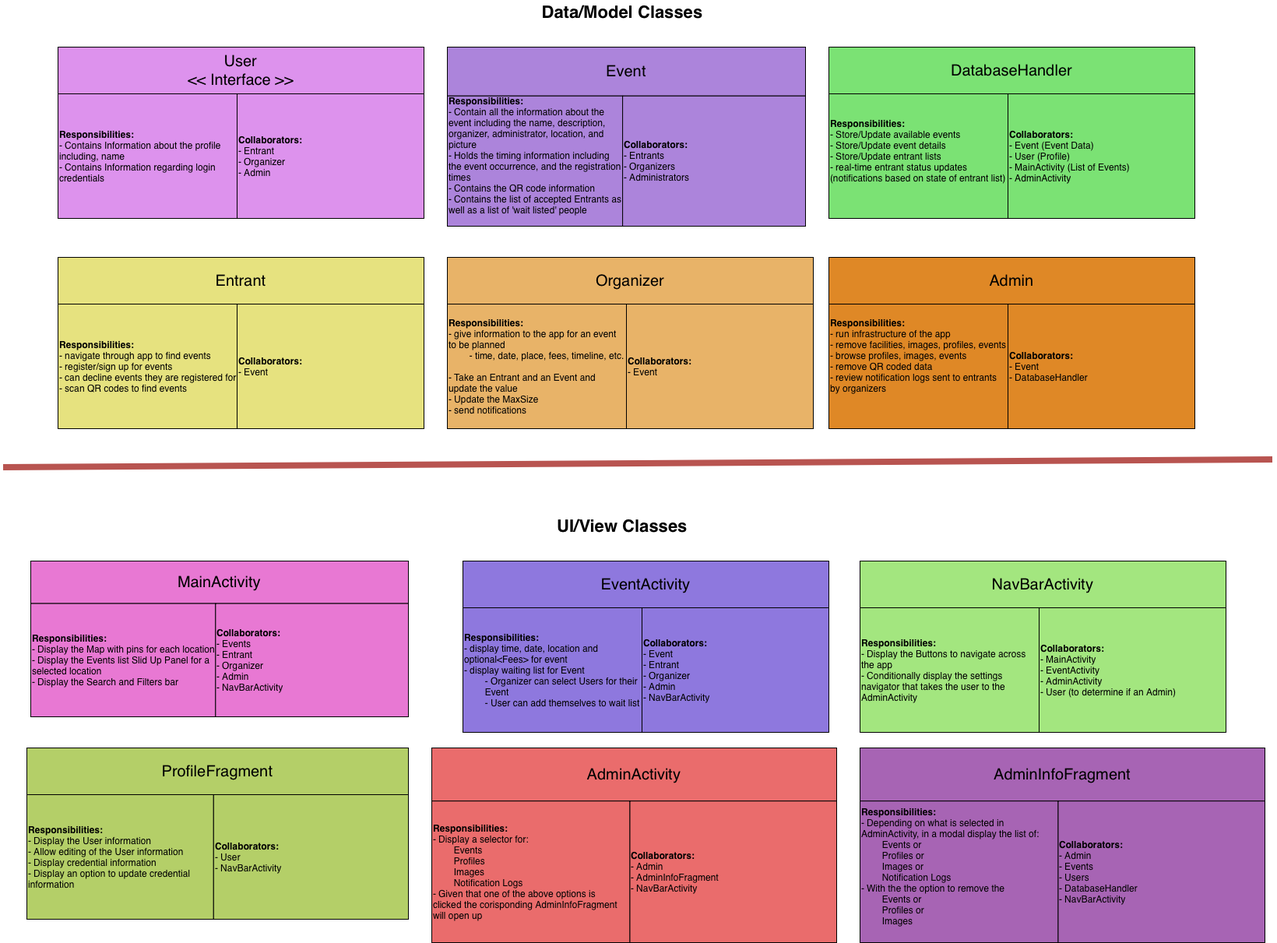
Before: doc/part2_crc_cards.png, a diagram exported from draw.io (CMPUT301W26-thevms/thevms). Source tidied: cells renumbered, new cells last; positions are measured from the earlier drawing's top-left corner, leaving out a move shared by most shapes.
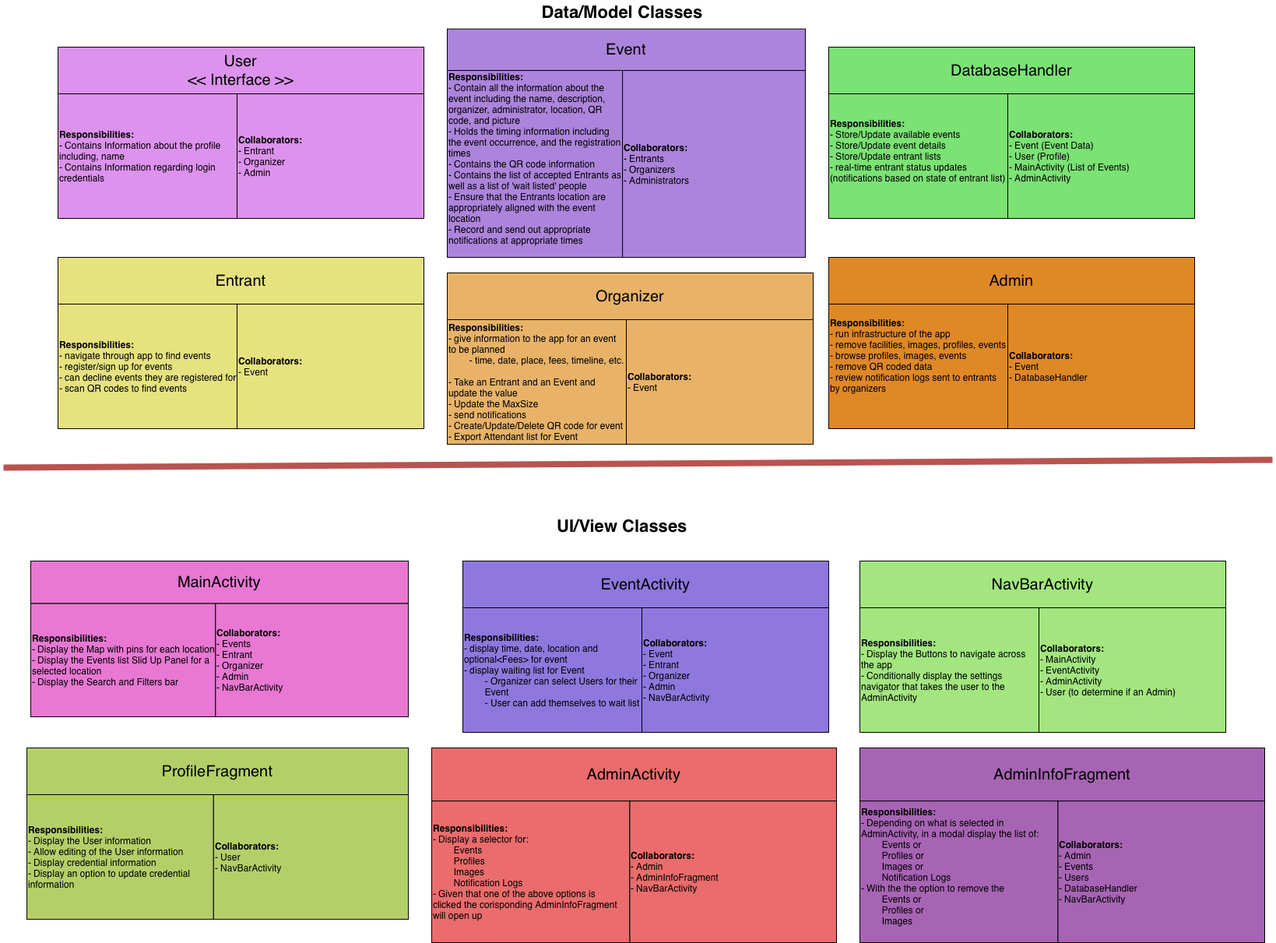
Later version of the same file.

Commit message:
Updated the CRC Cards Properly

Diff of the diagram source:
```diff
@@ -15,28 +15,28 @@
       <mxGeometry x="230" y="60" width="240" height="160" as="geometry" />
     </mxCell>
     <mxCell id="6" style="group;" parent="1" vertex="1">
-      <mxGeometry x="570" y="330" width="470" height="220" as="geometry" />
+      <mxGeometry x="570" y="350" width="470" height="220" as="geometry" />
     </mxCell>
     <mxCell id="7" value="&lt;font style=&quot;font-size: 20px;&quot;&gt;Organizer&lt;/font&gt;" style="rounded=0;whiteSpace=wrap;html=1;fillColor=light-dark(#e8b368, #ededed);" parent="6" vertex="1">
       <mxGeometry width="470" height="60" as="geometry" />
     </mxCell>
-    <mxCell id="8" value="&lt;b&gt;Responsibilities:&lt;/b&gt;&lt;div&gt;- give information to the app for an event to be planned&lt;/div&gt;&lt;div&gt;&lt;span style=&quot;white-space: pre;&quot;&gt;&#9;&lt;/span&gt;- time, date, place, fees, timeline, etc.&lt;br&gt;&lt;/div&gt;&lt;div&gt;&lt;br&gt;&lt;/div&gt;&lt;div&gt;- Take an Entrant and an Event and update the value&lt;/div&gt;&lt;div&gt;- Update the MaxSize&lt;/div&gt;&lt;div&gt;- send notifications&lt;/div&gt;" style="rounded=0;whiteSpace=wrap;html=1;align=left;fillColor=light-dark(#e8b368, #ededed);" parent="6" vertex="1">
+    <mxCell id="8" value="&lt;b&gt;Responsibilities:&lt;/b&gt;&lt;div&gt;- give information to the app for an event to be planned&lt;/div&gt;&lt;div&gt;&lt;span style=&quot;white-space: pre;&quot;&gt;&#9;&lt;/span&gt;- time, date, place, fees, timeline, etc.&lt;br&gt;&lt;/div&gt;&lt;div&gt;&lt;br&gt;&lt;/div&gt;&lt;div&gt;- Take an Entrant and an Event and update the value&lt;/div&gt;&lt;div&gt;- Update the MaxSize&lt;/div&gt;&lt;div&gt;- send notifications&lt;/div&gt;&lt;div&gt;- Create/Update/Delete QR code for event&lt;/div&gt;&lt;div&gt;- Export Attendant list for Event&lt;/div&gt;" style="rounded=0;whiteSpace=wrap;html=1;align=left;fillColor=light-dark(#e8b368, #ededed);" parent="6" vertex="1">
       <mxGeometry y="60" width="230" height="160" as="geometry" />
     </mxCell>
     <mxCell id="9" value="&lt;b&gt;Collaborators:&lt;/b&gt;&lt;div&gt;- Event&lt;/div&gt;" style="rounded=0;whiteSpace=wrap;html=1;align=left;fillColor=light-dark(#e8b368, #ededed);" parent="6" vertex="1">
       <mxGeometry x="230" y="60" width="240" height="160" as="geometry" />
     </mxCell>
     <mxCell id="10" style="group;" parent="1" vertex="1">
-      <mxGeometry x="570" y="60" width="460" height="230" as="geometry" />
+      <mxGeometry x="570" width="460" height="330" as="geometry" />
     </mxCell>
     <mxCell id="11" value="&lt;font style=&quot;font-size: 20px;&quot;&gt;Event&lt;/font&gt;" style="rounded=0;whiteSpace=wrap;html=1;fillColor=light-dark(#ac84db, #ededed);" parent="10" vertex="1">
-      <mxGeometry width="460" height="62.7" as="geometry" />
+      <mxGeometry y="36.7" width="460" height="53.3" as="geometry" />
     </mxCell>
-    <mxCell id="12" value="&lt;b&gt;Responsibilities:&lt;/b&gt;&lt;div&gt;- Contain all the information about the event including the name, description, organizer, administrator, location, and picture&lt;/div&gt;&lt;div&gt;- Holds the timing information including the event occurrence, and the registration times&amp;nbsp;&lt;/div&gt;&lt;div&gt;- Contains the QR code information&lt;/div&gt;&lt;div&gt;- Contains the list of accepted Entrants as well as a list of 'wait listed' people&lt;/div&gt;&lt;div&gt;&lt;br&gt;&lt;/div&gt;" style="rounded=0;whiteSpace=wrap;html=1;align=left;fillColor=light-dark(#ac84db, #ededed);" parent="10" vertex="1">
-      <mxGeometry y="62.7" width="225.1" height="167.3" as="geometry" />
+    <mxCell id="12" value="&lt;b&gt;Responsibilities:&lt;/b&gt;&lt;div&gt;- Contain all the information about the event including the name, description, organizer, administrator, location, QR code, and picture&lt;/div&gt;&lt;div&gt;- Holds the timing information including the event occurrence, and the registration times&amp;nbsp;&lt;/div&gt;&lt;div&gt;- Contains the QR code information&lt;/div&gt;&lt;div&gt;- Contains the list of accepted Entrants as well as a list of 'wait listed' people&lt;/div&gt;&lt;div&gt;- Ensure that the Entrants location are appropriately aligned with the event location&lt;/div&gt;&lt;div&gt;- Record and send out appropriate notifications at appropriate times&lt;/div&gt;&lt;div&gt;&lt;br&gt;&lt;/div&gt;" style="rounded=0;whiteSpace=wrap;html=1;align=left;fillColor=light-dark(#ac84db, #ededed);" parent="10" vertex="1">
+      <mxGeometry y="90" width="225.1" height="240" as="geometry" />
     </mxCell>
     <mxCell id="13" value="&lt;b&gt;Collaborators:&lt;/b&gt;&lt;div&gt;- Entrants&lt;/div&gt;&lt;div&gt;- Organizers&lt;/div&gt;&lt;div&gt;- Administrators&amp;nbsp;&lt;/div&gt;" style="rounded=0;whiteSpace=wrap;html=1;align=left;fillColor=light-dark(#ac84db, #ededed);" parent="10" vertex="1">
-      <mxGeometry x="225.1" y="62.7" width="234.9" height="167.3" as="geometry" />
+      <mxGeometry x="225.1" y="90" width="234.9" height="240" as="geometry" />
     </mxCell>
     <mxCell id="14" style="group;" parent="1" vertex="1">
       <mxGeometry x="1060" y="330" width="470" height="220" as="geometry" />
```
